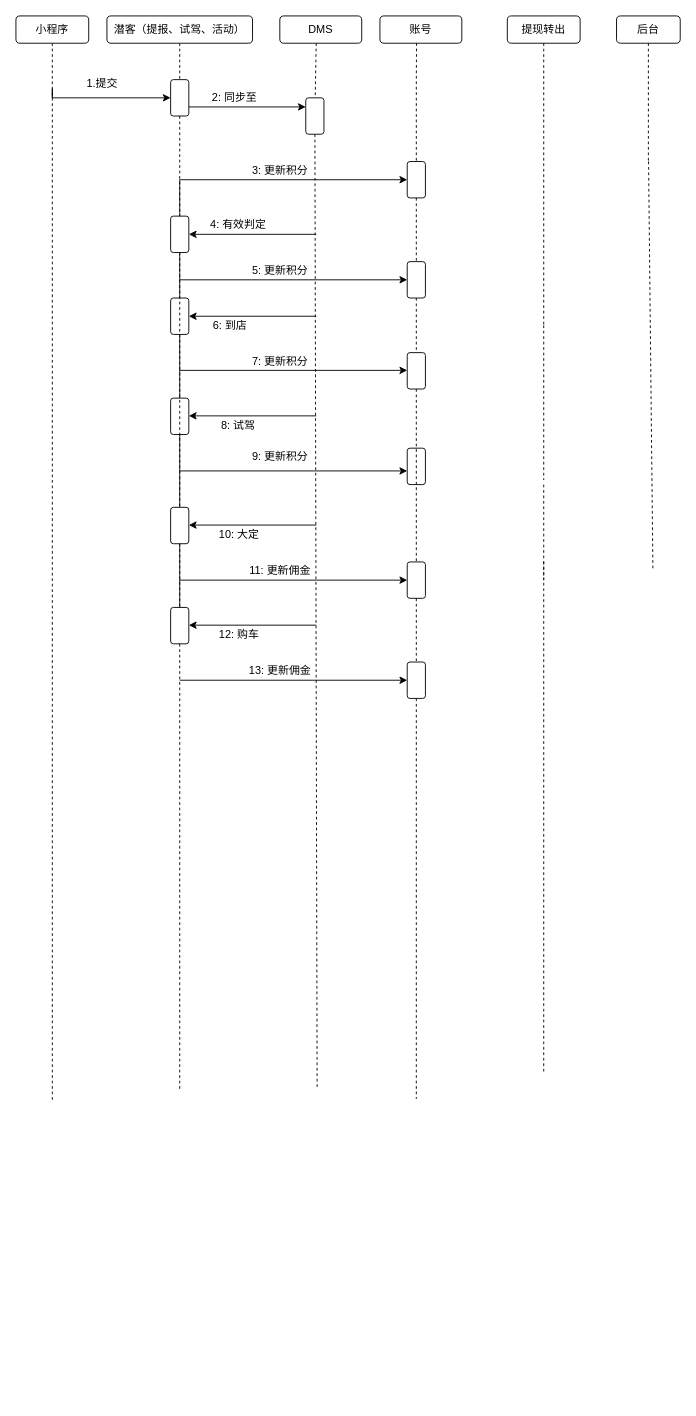
Above: keyPoint.drawio in RichardWSD/Diagram-Flow (draw.io), before the change. Source tidied: cells renumbered, new cells numbered last; positions are measured from the earlier drawing's top-left corner, leaving out a move shared by most shapes. Both pictures are drawn from the tidied source at 91%, with x=0, y=0 at pixel (15, 15).
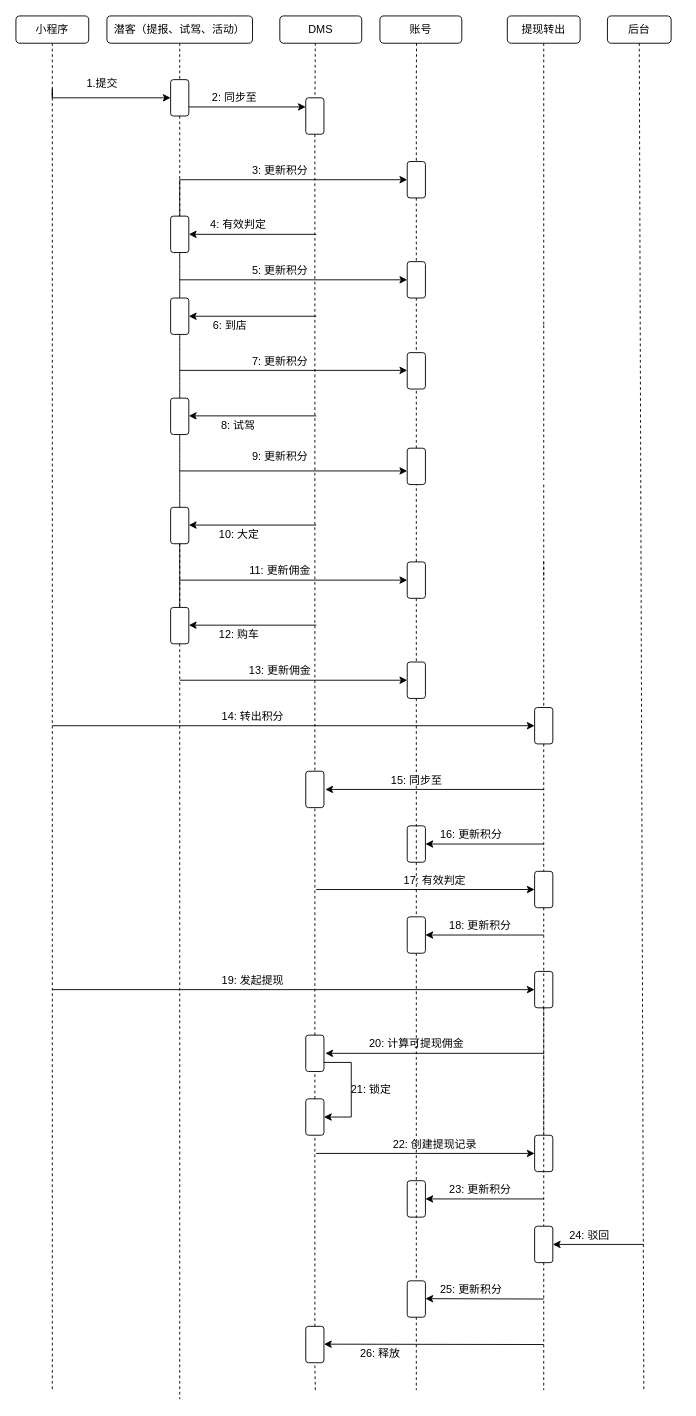
The same page after the edit.

Unchanged cells that the change refers to:
```xml
<mxCell id="2" value="小程序" style="rounded=1;whiteSpace=wrap;html=1;" parent="1" vertex="1">
  <mxGeometry width="80" height="30" as="geometry" />
</mxCell>
<mxCell id="4" value="DMS" style="rounded=1;whiteSpace=wrap;html=1;" parent="1" vertex="1">
  <mxGeometry x="290" width="90" height="30" as="geometry" />
</mxCell>
<mxCell id="25" style="rounded=1;whiteSpace=wrap;html=1;" parent="1" vertex="1">
  <mxGeometry x="430" y="370" width="20" height="40" as="geometry" />
</mxCell>
<mxCell id="38" style="rounded=1;whiteSpace=wrap;html=1;" parent="1" vertex="1">
  <mxGeometry x="170" y="220" width="20" height="40" as="geometry" />
</mxCell>
<mxCell id="41" style="rounded=1;whiteSpace=wrap;html=1;" parent="1" vertex="1">
  <mxGeometry x="318.5" y="90" width="20" height="40" as="geometry" />
</mxCell>
<mxCell id="51" style="rounded=1;whiteSpace=wrap;html=1;" parent="1" vertex="1">
  <mxGeometry x="430" y="475" width="20" height="40" as="geometry" />
</mxCell>
<mxCell id="54" style="rounded=1;whiteSpace=wrap;html=1;" parent="1" vertex="1">
  <mxGeometry x="170" y="540" width="20" height="40" as="geometry" />
</mxCell>
<mxCell id="58" style="rounded=1;whiteSpace=wrap;html=1;" parent="1" vertex="1">
  <mxGeometry x="430" y="600" width="20" height="40" as="geometry" />
</mxCell>
<mxCell id="62" style="rounded=1;whiteSpace=wrap;html=1;" parent="1" vertex="1">
  <mxGeometry x="170" y="650" width="20" height="40" as="geometry" />
</mxCell>
<mxCell id="66" style="rounded=1;whiteSpace=wrap;html=1;" parent="1" vertex="1">
  <mxGeometry x="430" y="710" width="20" height="40" as="geometry" />
</mxCell>
```

What changed in the source:
```diff
@@
     <mxCell id="7" value="后台" style="rounded=1;whiteSpace=wrap;html=1;" parent="1" vertex="1">
-      <mxGeometry x="660" width="70" height="30" as="geometry" />
+      <mxGeometry x="650" width="70" height="30" as="geometry" />
     </mxCell>
     <mxCell id="8" style="endArrow=none;dashed=1;html=1;rounded=0;exitX=0.5;exitY=1;exitDx=0;exitDy=0;" parent="1" edge="1" source="2">
       <mxGeometry relative="1" as="geometry">
-        <mxPoint x="40" y="1192.4" as="targetPoint" />
+        <mxPoint x="40" y="1510" as="targetPoint" />
         <Array as="points">
           <mxPoint x="40" y="210" />
         </Array>
       </mxGeometry>
     </mxCell>
-    <mxCell id="9" style="endArrow=none;dashed=1;html=1;rounded=0;startArrow=none;" parent="1" edge="1" source="41">
-      <mxGeometry relative="1" as="geometry">
-        <mxPoint x="331" y="1180" as="targetPoint" />
-      </mxGeometry>
-    </mxCell>
-    <mxCell id="10" style="endArrow=none;dashed=1;html=1;rounded=0;startArrow=none;" parent="1" edge="1" source="66">
+    <mxCell id="10" style="endArrow=none;dashed=1;html=1;rounded=0;startArrow=none;" parent="1" edge="1" source="113">
       <mxGeometry relative="1" as="geometry">
-        <mxPoint x="440" y="1190" as="targetPoint" />
+        <mxPoint x="440" y="1510" as="targetPoint" />
       </mxGeometry>
     </mxCell>
@@
-    <mxCell id="15" style="endArrow=none;dashed=1;html=1;rounded=0;startArrow=none;" parent="1" edge="1">
-      <mxGeometry relative="1" as="geometry">
-        <mxPoint x="695.2" y="160" as="sourcePoint" />
-        <mxPoint x="700" y="610" as="targetPoint" />
-      </mxGeometry>
-    </mxCell>
@@
     <mxCell id="21" style="endArrow=none;dashed=1;html=1;rounded=0;exitX=0.5;exitY=1;exitDx=0;exitDy=0;startArrow=none;" parent="1" edge="1" source="62">
       <mxGeometry relative="1" as="geometry">
-        <mxPoint x="180" y="1180" as="targetPoint" />
+        <mxPoint x="180" y="1520" as="targetPoint" />
         <Array as="points">
           <mxPoint x="180" y="180" />
         </Array>
       </mxGeometry>
     </mxCell>
@@
-    <mxCell id="29" style="endArrow=none;dashed=1;html=1;rounded=0;startArrow=none;" parent="1" edge="1">
+    <mxCell id="29" style="endArrow=none;dashed=1;html=1;rounded=0;startArrow=none;" parent="1" edge="1" source="110">
       <mxGeometry relative="1" as="geometry">
-        <mxPoint x="580" y="515" as="sourcePoint" />
-        <mxPoint x="580" y="1160" as="targetPoint" />
+        <mxPoint x="580" y="1510" as="targetPoint" />
       </mxGeometry>
     </mxCell>
@@
     <mxCell id="31" style="endArrow=none;dashed=1;html=1;rounded=0;exitX=0.5;exitY=1;exitDx=0;exitDy=0;" parent="1" edge="1" source="7">
       <mxGeometry relative="1" as="geometry">
-        <mxPoint x="695" y="160" as="targetPoint" />
+        <mxPoint x="690" y="1510" as="targetPoint" />
       </mxGeometry>
     </mxCell>
@@
-    <mxCell id="42" style="endArrow=none;dashed=1;html=1;rounded=0;" parent="1" edge="1" target="41">
-      <mxGeometry relative="1" as="geometry">
-        <mxPoint x="330" y="30" as="sourcePoint" />
-      </mxGeometry>
+    <mxCell id="42" style="endArrow=none;dashed=1;html=1;rounded=0;exitX=0.433;exitY=0.993;exitDx=0;exitDy=0;exitPerimeter=0;" parent="1" edge="1" source="4" target="41">
+      <mxGeometry relative="1" as="geometry" />
     </mxCell>
@@
-    <mxCell id="55" style="endArrow=none;dashed=1;html=1;rounded=0;exitX=0.5;exitY=1;exitDx=0;exitDy=0;startArrow=none;" parent="1" edge="1" source="38" target="54">
-      <mxGeometry relative="1" as="geometry" />
-    </mxCell>
@@
-    <mxCell id="59" style="endArrow=none;dashed=1;html=1;rounded=0;startArrow=none;" parent="1" edge="1" source="25" target="58">
-      <mxGeometry relative="1" as="geometry" />
-    </mxCell>
@@
+    <mxCell id="70" style="endArrow=none;dashed=1;html=1;rounded=0;entryX=0.5;entryY=1;entryDx=0;entryDy=0;exitX=0.5;exitY=0;exitDx=0;exitDy=0;" parent="1" edge="1" source="51" target="25">
+      <mxGeometry relative="1" as="geometry" />
+    </mxCell>
+    <mxCell id="71" style="endArrow=none;dashed=1;html=1;rounded=0;entryX=0.5;entryY=1;entryDx=0;entryDy=0;exitX=0.5;exitY=0;exitDx=0;exitDy=0;" parent="1" edge="1" source="58" target="51">
+      <mxGeometry relative="1" as="geometry" />
+    </mxCell>
+    <mxCell id="72" style="endArrow=classic;html=1;rounded=0;entryX=0;entryY=0.5;entryDx=0;entryDy=0;" parent="1" edge="1" target="73">
+      <mxGeometry relative="1" as="geometry">
+        <mxPoint x="40" y="780" as="sourcePoint" />
+      </mxGeometry>
+    </mxCell>
+    <mxCell id="73" style="rounded=1;whiteSpace=wrap;html=1;" parent="1" vertex="1">
+      <mxGeometry x="570" y="760" width="20" height="40" as="geometry" />
+    </mxCell>
+    <mxCell id="74" style="endArrow=none;dashed=1;html=1;rounded=0;startArrow=none;" parent="1" edge="1" target="73">
+      <mxGeometry relative="1" as="geometry">
+        <mxPoint x="580" y="515" as="sourcePoint" />
+      </mxGeometry>
+    </mxCell>
+    <mxCell id="75" style="rounded=1;whiteSpace=wrap;html=1;" parent="1" vertex="1">
+      <mxGeometry x="318.5" y="830" width="20" height="40" as="geometry" />
+    </mxCell>
+    <mxCell id="76" style="endArrow=classic;html=1;rounded=0;" parent="1" edge="1">
+      <mxGeometry relative="1" as="geometry">
+        <mxPoint x="580" y="850" as="sourcePoint" />
+        <mxPoint x="340" y="850" as="targetPoint" />
+      </mxGeometry>
+    </mxCell>
+    <mxCell id="77" value="14: 转出积分" style="text;html=1;align=center;verticalAlign=middle;strokeColor=none;fillColor=none;" parent="1" vertex="1">
+      <mxGeometry x="220" y="760" width="80" height="20" as="geometry" />
+    </mxCell>
+    <mxCell id="78" value="15: 同步至" style="text;html=1;align=center;verticalAlign=middle;strokeColor=none;fillColor=none;" parent="1" vertex="1">
+      <mxGeometry x="405" y="830" width="70" height="20" as="geometry" />
+    </mxCell>
+    <mxCell id="79" style="rounded=1;whiteSpace=wrap;html=1;" parent="1" vertex="1">
+      <mxGeometry x="430" y="890" width="20" height="40" as="geometry" />
+    </mxCell>
+    <mxCell id="80" style="endArrow=classic;html=1;rounded=0;entryX=1;entryY=0.5;entryDx=0;entryDy=0;" parent="1" edge="1" target="79">
+      <mxGeometry relative="1" as="geometry">
+        <mxPoint x="580" y="910" as="sourcePoint" />
+      </mxGeometry>
+    </mxCell>
+    <mxCell id="81" value="16: 更新积分" style="text;html=1;align=center;verticalAlign=middle;strokeColor=none;fillColor=none;" parent="1" vertex="1">
+      <mxGeometry x="460" y="890" width="80" height="20" as="geometry" />
+    </mxCell>
+    <mxCell id="82" style="rounded=1;whiteSpace=wrap;html=1;" parent="1" vertex="1">
+      <mxGeometry x="570" y="940" width="20" height="40" as="geometry" />
+    </mxCell>
+    <mxCell id="83" style="endArrow=none;dashed=1;html=1;rounded=0;startArrow=none;" parent="1" edge="1" source="73" target="82">
+      <mxGeometry relative="1" as="geometry" />
+    </mxCell>
+    <mxCell id="84" style="endArrow=classic;html=1;rounded=0;entryX=0;entryY=0.5;entryDx=0;entryDy=0;" parent="1" edge="1" target="82">
+      <mxGeometry relative="1" as="geometry">
+        <mxPoint x="330" y="960" as="sourcePoint" />
+      </mxGeometry>
+    </mxCell>
+    <mxCell id="85" value="17: 有效判定" style="text;html=1;align=center;verticalAlign=middle;strokeColor=none;fillColor=none;" parent="1" vertex="1">
+      <mxGeometry x="420" y="940" width="80" height="20" as="geometry" />
+    </mxCell>
+    <mxCell id="86" style="rounded=1;whiteSpace=wrap;html=1;" parent="1" vertex="1">
+      <mxGeometry x="430" y="990" width="20" height="40" as="geometry" />
+    </mxCell>
+    <mxCell id="87" style="endArrow=none;dashed=1;html=1;rounded=0;startArrow=none;" parent="1" edge="1" source="66" target="86">
+      <mxGeometry relative="1" as="geometry" />
+    </mxCell>
+    <mxCell id="88" value="18: 更新积分" style="text;html=1;align=center;verticalAlign=middle;strokeColor=none;fillColor=none;" parent="1" vertex="1">
+      <mxGeometry x="470" y="990" width="80" height="20" as="geometry" />
+    </mxCell>
+    <mxCell id="89" style="endArrow=classic;html=1;rounded=0;entryX=1;entryY=0.5;entryDx=0;entryDy=0;" parent="1" edge="1">
+      <mxGeometry relative="1" as="geometry">
+        <mxPoint x="580" y="1010" as="sourcePoint" />
+        <mxPoint x="450" y="1010" as="targetPoint" />
+      </mxGeometry>
+    </mxCell>
+    <mxCell id="90" style="endArrow=classic;html=1;rounded=0;entryX=0;entryY=0.5;entryDx=0;entryDy=0;" parent="1" edge="1" target="91">
+      <mxGeometry relative="1" as="geometry">
+        <mxPoint x="40" y="1070" as="sourcePoint" />
+      </mxGeometry>
+    </mxCell>
+    <mxCell id="91" style="rounded=1;whiteSpace=wrap;html=1;" parent="1" vertex="1">
+      <mxGeometry x="570" y="1050" width="20" height="40" as="geometry" />
+    </mxCell>
+    <mxCell id="92" style="rounded=1;whiteSpace=wrap;html=1;" parent="1" vertex="1">
+      <mxGeometry x="318.5" y="1120" width="20" height="40" as="geometry" />
+    </mxCell>
+    <mxCell id="93" style="endArrow=classic;html=1;rounded=0;" parent="1" edge="1">
+      <mxGeometry relative="1" as="geometry">
+        <mxPoint x="580" y="1140" as="sourcePoint" />
+        <mxPoint x="340" y="1140" as="targetPoint" />
+      </mxGeometry>
+    </mxCell>
+    <mxCell id="94" value="19: 发起提现" style="text;html=1;align=center;verticalAlign=middle;strokeColor=none;fillColor=none;" parent="1" vertex="1">
+      <mxGeometry x="220" y="1050" width="80" height="20" as="geometry" />
+    </mxCell>
+    <mxCell id="95" value="20: 计算可提现佣金" style="text;html=1;align=center;verticalAlign=middle;strokeColor=none;fillColor=none;" parent="1" vertex="1">
+      <mxGeometry x="380" y="1120" width="120" height="20" as="geometry" />
+    </mxCell>
+    <mxCell id="96" style="rounded=1;whiteSpace=wrap;html=1;" parent="1" vertex="1">
+      <mxGeometry x="570" y="1230" width="20" height="40" as="geometry" />
+    </mxCell>
+    <mxCell id="97" style="endArrow=none;dashed=1;html=1;rounded=0;startArrow=none;" parent="1" edge="1" source="91" target="96">
+      <mxGeometry relative="1" as="geometry" />
+    </mxCell>
+    <mxCell id="98" style="endArrow=classic;html=1;rounded=0;entryX=0;entryY=0.5;entryDx=0;entryDy=0;" parent="1" edge="1" target="96">
+      <mxGeometry relative="1" as="geometry">
+        <mxPoint x="330" y="1250" as="sourcePoint" />
+      </mxGeometry>
+    </mxCell>
+    <mxCell id="99" value="22: 创建提现记录" style="text;html=1;align=center;verticalAlign=middle;strokeColor=none;fillColor=none;" parent="1" vertex="1">
+      <mxGeometry x="405" y="1230" width="110" height="20" as="geometry" />
+    </mxCell>
+    <mxCell id="100" style="rounded=1;whiteSpace=wrap;html=1;" parent="1" vertex="1">
+      <mxGeometry x="430" y="1280" width="20" height="40" as="geometry" />
+    </mxCell>
+    <mxCell id="101" value="23: 更新积分" style="text;html=1;align=center;verticalAlign=middle;strokeColor=none;fillColor=none;" parent="1" vertex="1">
+      <mxGeometry x="470" y="1280" width="80" height="20" as="geometry" />
+    </mxCell>
+    <mxCell id="102" style="endArrow=classic;html=1;rounded=0;entryX=1;entryY=0.5;entryDx=0;entryDy=0;" parent="1" edge="1">
+      <mxGeometry relative="1" as="geometry">
+        <mxPoint x="580" y="1300" as="sourcePoint" />
+        <mxPoint x="450" y="1300" as="targetPoint" />
+      </mxGeometry>
+    </mxCell>
+    <mxCell id="103" style="rounded=1;whiteSpace=wrap;html=1;" parent="1" vertex="1">
+      <mxGeometry x="318.5" y="1190" width="20" height="40" as="geometry" />
+    </mxCell>
+    <mxCell id="104" style="endArrow=classic;html=1;rounded=0;" parent="1" edge="1">
+      <mxGeometry relative="1" as="geometry">
+        <mxPoint x="338.5" y="1150" as="sourcePoint" />
+        <mxPoint x="338.5" y="1210" as="targetPoint" />
+        <Array as="points">
+          <mxPoint x="368.5" y="1150" />
+          <mxPoint x="368.5" y="1180" />
+          <mxPoint x="368.5" y="1210" />
+        </Array>
+      </mxGeometry>
+    </mxCell>
+    <mxCell id="105" style="endArrow=none;dashed=1;html=1;rounded=0;exitX=0.5;exitY=1;exitDx=0;exitDy=0;entryX=0.5;entryY=0;entryDx=0;entryDy=0;" parent="1" edge="1" source="41" target="75">
+      <mxGeometry relative="1" as="geometry" />
+    </mxCell>
+    <mxCell id="106" style="endArrow=none;dashed=1;html=1;rounded=0;entryX=0.5;entryY=1;entryDx=0;entryDy=0;exitX=0.5;exitY=0;exitDx=0;exitDy=0;" parent="1" edge="1" source="92" target="75">
+      <mxGeometry relative="1" as="geometry" />
+    </mxCell>
+    <mxCell id="107" style="endArrow=none;dashed=1;html=1;rounded=0;entryX=0.5;entryY=1;entryDx=0;entryDy=0;exitX=0.5;exitY=0;exitDx=0;exitDy=0;" parent="1" edge="1" source="103" target="92">
+      <mxGeometry relative="1" as="geometry" />
+    </mxCell>
+    <mxCell id="108" style="endArrow=none;dashed=1;html=1;rounded=0;entryX=0.5;entryY=1;entryDx=0;entryDy=0;startArrow=none;" parent="1" edge="1" source="117" target="103">
+      <mxGeometry relative="1" as="geometry" />
+    </mxCell>
+    <mxCell id="109" value="21: 锁定" style="text;html=1;align=center;verticalAlign=middle;strokeColor=none;fillColor=none;" parent="1" vertex="1">
+      <mxGeometry x="360" y="1170" width="60" height="20" as="geometry" />
+    </mxCell>
+    <mxCell id="110" style="rounded=1;whiteSpace=wrap;html=1;" parent="1" vertex="1">
+      <mxGeometry x="570" y="1330" width="20" height="40" as="geometry" />
+    </mxCell>
+    <mxCell id="111" style="endArrow=none;dashed=1;html=1;rounded=0;startArrow=none;" parent="1" edge="1" source="82" target="110">
+      <mxGeometry relative="1" as="geometry" />
+    </mxCell>
+    <mxCell id="112" value="24: 驳回" style="text;html=1;align=center;verticalAlign=middle;strokeColor=none;fillColor=none;" parent="1" vertex="1">
+      <mxGeometry x="600" y="1330" width="60" height="20" as="geometry" />
+    </mxCell>
+    <mxCell id="113" style="rounded=1;whiteSpace=wrap;html=1;" parent="1" vertex="1">
+      <mxGeometry x="430" y="1390" width="20" height="40" as="geometry" />
+    </mxCell>
+    <mxCell id="114" style="endArrow=none;dashed=1;html=1;rounded=0;startArrow=none;" parent="1" edge="1" source="86" target="113">
+      <mxGeometry relative="1" as="geometry" />
+    </mxCell>
+    <mxCell id="115" style="endArrow=classic;html=1;rounded=0;entryX=1;entryY=0.5;entryDx=0;entryDy=0;" parent="1" edge="1">
+      <mxGeometry relative="1" as="geometry">
+        <mxPoint x="580" y="1410" as="sourcePoint" />
+        <mxPoint x="450" y="1409.6" as="targetPoint" />
+      </mxGeometry>
+    </mxCell>
+    <mxCell id="116" value="25: 更新积分" style="text;html=1;align=center;verticalAlign=middle;strokeColor=none;fillColor=none;" parent="1" vertex="1">
+      <mxGeometry x="460" y="1390" width="80" height="20" as="geometry" />
+    </mxCell>
+    <mxCell id="117" style="rounded=1;whiteSpace=wrap;html=1;" parent="1" vertex="1">
+      <mxGeometry x="318.5" y="1440" width="20" height="40" as="geometry" />
+    </mxCell>
+    <mxCell id="118" style="endArrow=none;dashed=1;html=1;rounded=0;entryX=0.5;entryY=1;entryDx=0;entryDy=0;" parent="1" edge="1" target="117">
+      <mxGeometry relative="1" as="geometry">
+        <mxPoint x="329" y="1510" as="sourcePoint" />
+      </mxGeometry>
+    </mxCell>
+    <mxCell id="119" style="endArrow=classic;html=1;rounded=0;entryX=1;entryY=0.5;entryDx=0;entryDy=0;" parent="1" edge="1">
+      <mxGeometry relative="1" as="geometry">
+        <mxPoint x="580" y="1460" as="sourcePoint" />
+        <mxPoint x="338.5" y="1459.6" as="targetPoint" />
+      </mxGeometry>
+    </mxCell>
+    <mxCell id="120" value="26: 释放" style="text;html=1;align=center;verticalAlign=middle;strokeColor=none;fillColor=none;" parent="1" vertex="1">
+      <mxGeometry x="370" y="1460" width="60" height="20" as="geometry" />
+    </mxCell>
+    <mxCell id="121" style="endArrow=classic;html=1;rounded=0;" parent="1" edge="1">
+      <mxGeometry relative="1" as="geometry">
+        <mxPoint x="690" y="1350" as="sourcePoint" />
+        <mxPoint x="590" y="1350" as="targetPoint" />
+      </mxGeometry>
+    </mxCell>
```
